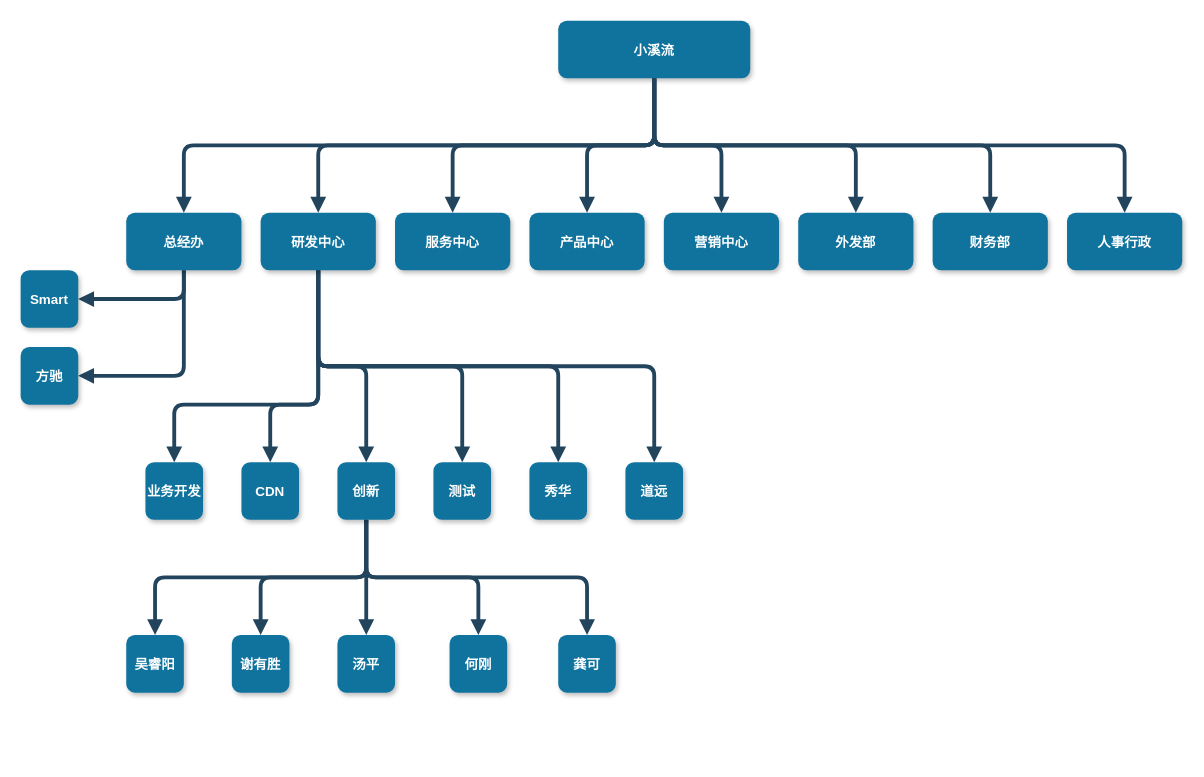
The draw.io diagram page "组织架构示意图" (1 of 4) of 组织架构-数据模型.drawio in zebra-min/my-design, before the edit. Source tidied: cells renumbered, new cells numbered last; positions are measured from the earlier drawing's top-left corner, leaving out a move shared by most shapes. Both pictures are drawn from the tidied source at 96%, with x=0, y=0 at pixel (20, 20).
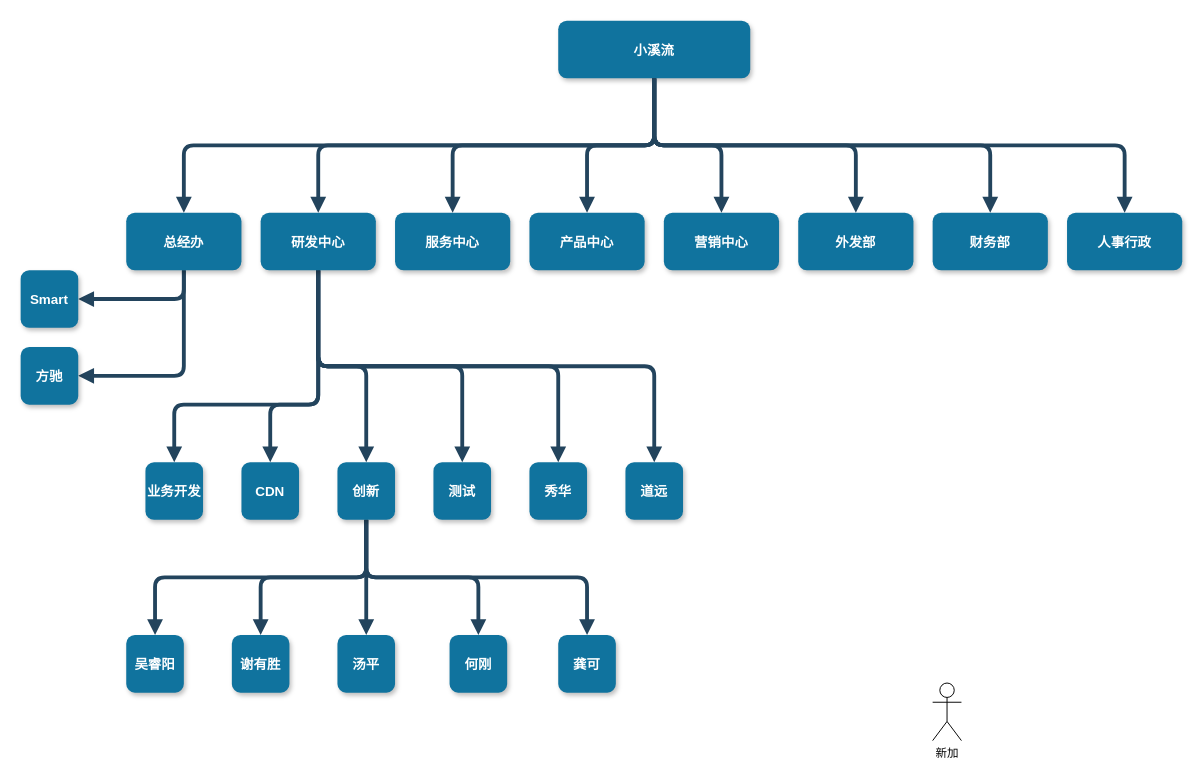
The same page after the edit.

Commit message:
添加内容测试

Change to the diagram source:
```diff
@@
+    <mxCell id="45" value="新加" style="shape=umlActor;verticalLabelPosition=bottom;verticalAlign=top;html=1;" parent="1" vertex="1">
+      <mxGeometry x="950" y="690" width="30" height="60" as="geometry" />
+    </mxCell>
```
